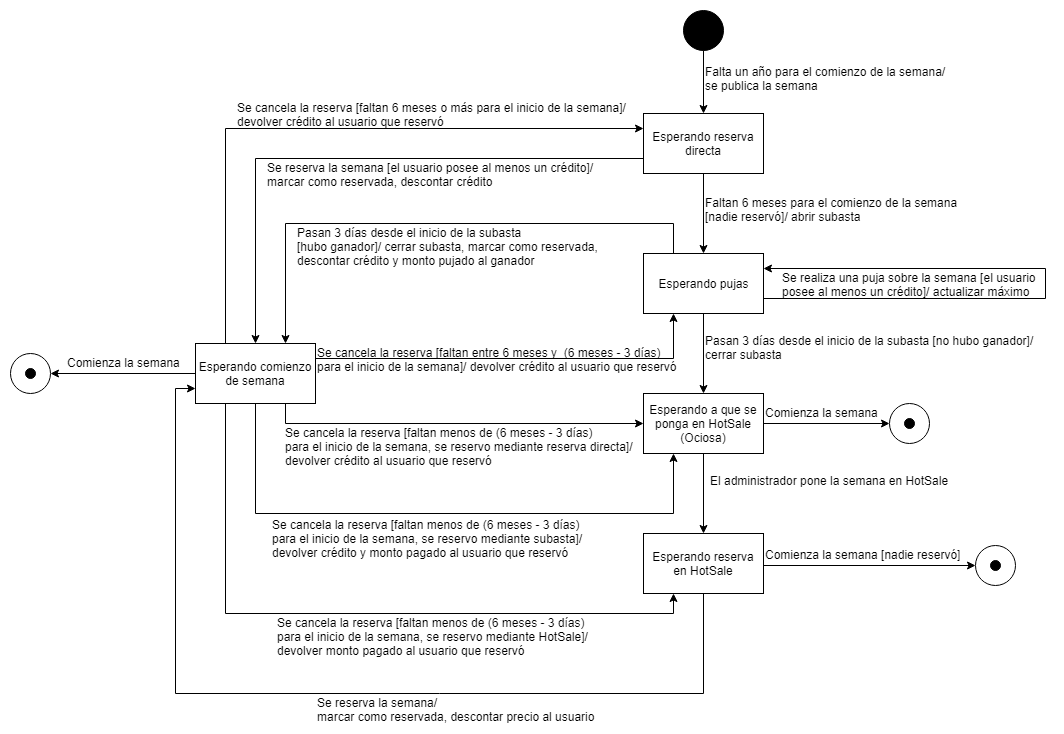
This is entrega 4/DTE-Semanas.png from julianalmandos/homeswitchhome, a draw.io export, as it was before one commit. Source tidied: cells renumbered, new cells last; positions are measured from the earlier drawing's top-left corner, leaving out a move shared by most shapes.
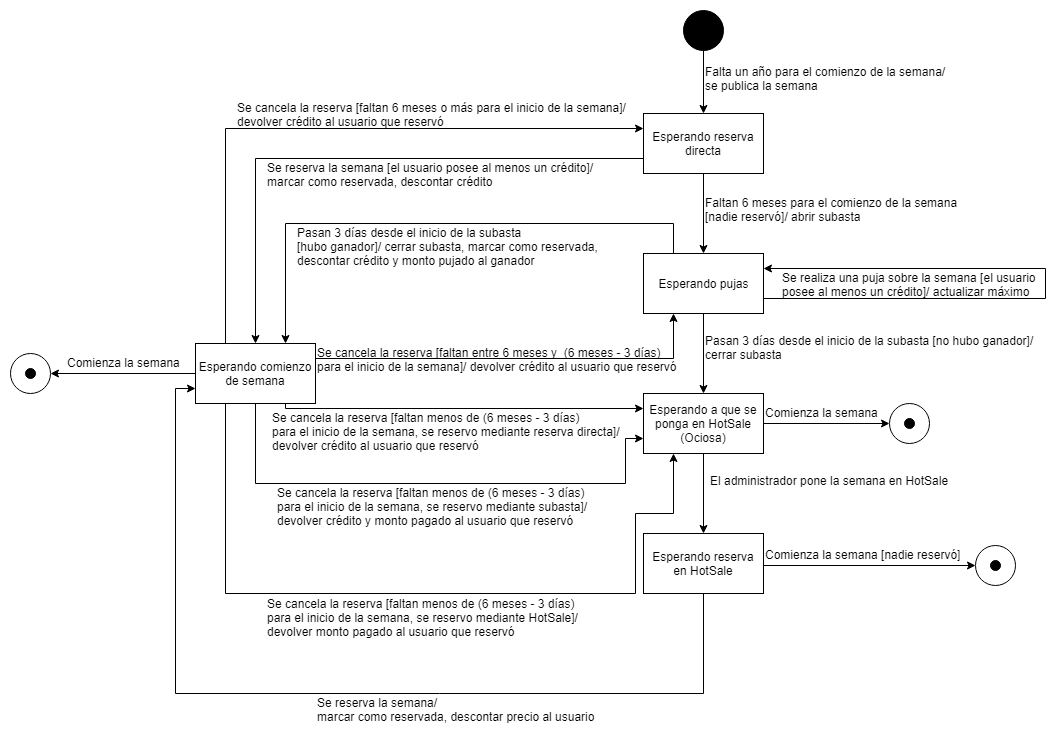
The same file after the commit.

Commit message:
correccion dte 2

What changed in the source:
```diff
@@ -110,22 +110,29 @@
     <mxCell id="32" style="edgeStyle=orthogonalEdgeStyle;rounded=0;jettySize=auto;html=1;exitX=1;exitY=0.25;exitDx=0;exitDy=0;entryX=0.25;entryY=1;entryDx=0;entryDy=0;" parent="1" edge="1" source="36" target="9">
       <mxGeometry relative="1" as="geometry" />
     </mxCell>
-    <mxCell id="33" style="edgeStyle=orthogonalEdgeStyle;rounded=0;jettySize=auto;html=1;exitX=0.75;exitY=1;exitDx=0;exitDy=0;" parent="1" edge="1" source="36" target="11">
-      <mxGeometry relative="1" as="geometry" />
+    <mxCell id="33" style="edgeStyle=orthogonalEdgeStyle;rounded=0;jettySize=auto;html=1;exitX=0.75;exitY=1;exitDx=0;exitDy=0;entryX=0;entryY=0.25;entryDx=0;entryDy=0;" parent="1" edge="1" source="36" target="11">
+      <mxGeometry relative="1" as="geometry">
+        <Array as="points">
+          <mxPoint x="275" y="398" />
+        </Array>
+      </mxGeometry>
     </mxCell>
-    <mxCell id="34" style="edgeStyle=orthogonalEdgeStyle;rounded=0;jettySize=auto;html=1;exitX=0.5;exitY=1;exitDx=0;exitDy=0;entryX=0.25;entryY=1;entryDx=0;entryDy=0;" parent="1" edge="1" source="36" target="11">
+    <mxCell id="34" style="edgeStyle=orthogonalEdgeStyle;rounded=0;jettySize=auto;html=1;exitX=0.5;exitY=1;exitDx=0;exitDy=0;entryX=0;entryY=0.75;entryDx=0;entryDy=0;" parent="1" edge="1" source="36" target="11">
       <mxGeometry relative="1" as="geometry">
         <Array as="points">
-          <mxPoint x="245" y="503" />
-          <mxPoint x="663" y="503" />
+          <mxPoint x="245" y="473" />
+          <mxPoint x="615" y="473" />
+          <mxPoint x="615" y="428" />
         </Array>
       </mxGeometry>
     </mxCell>
-    <mxCell id="35" style="edgeStyle=orthogonalEdgeStyle;rounded=0;jettySize=auto;html=1;exitX=0.25;exitY=1;exitDx=0;exitDy=0;entryX=0.25;entryY=1;entryDx=0;entryDy=0;" parent="1" edge="1" source="36" target="13">
+    <mxCell id="35" style="edgeStyle=orthogonalEdgeStyle;rounded=0;jettySize=auto;html=1;exitX=0.25;exitY=1;exitDx=0;exitDy=0;entryX=0.25;entryY=1;entryDx=0;entryDy=0;" parent="1" edge="1" source="36" target="11">
       <mxGeometry relative="1" as="geometry">
         <Array as="points">
-          <mxPoint x="215" y="603" />
-          <mxPoint x="663" y="603" />
+          <mxPoint x="215" y="583" />
+          <mxPoint x="625" y="583" />
+          <mxPoint x="625" y="503" />
+          <mxPoint x="663" y="503" />
         </Array>
       </mxGeometry>
     </mxCell>
@@ -156,13 +163,13 @@
       <mxGeometry x="305" y="332.5" width="370" height="30" as="geometry" />
     </mxCell>
     <mxCell id="43" value="Se cancela la reserva [faltan menos de (6 meses - 3 días)&lt;br&gt;para el inicio de la semana, se reservo mediante reserva directa]/&lt;br&gt;devolver crédito al usuario que reservó&lt;br&gt;" style="text;html=1;align=left;verticalAlign=top;spacingTop=-4;" parent="1" vertex="1">
-      <mxGeometry x="273" y="413" width="360" height="40" as="geometry" />
+      <mxGeometry x="260" y="398" width="360" height="40" as="geometry" />
     </mxCell>
     <mxCell id="44" value="Se cancela la reserva [faltan menos de (6 meses - 3 días)&lt;br&gt;para el inicio de la semana, se reservo mediante subasta]/&lt;br&gt;devolver crédito y monto pagado al usuario que reservó" style="text;html=1;align=left;verticalAlign=top;spacingTop=-4;" parent="1" vertex="1">
-      <mxGeometry x="260" y="505" width="330" height="40" as="geometry" />
+      <mxGeometry x="265" y="473" width="330" height="40" as="geometry" />
     </mxCell>
     <mxCell id="45" value="Se cancela la reserva [faltan menos de (6 meses - 3 días)&lt;br&gt;para el inicio de la semana, se reservo mediante HotSale]/&lt;br&gt;devolver monto pagado al usuario que reservó" style="text;html=1;align=left;verticalAlign=top;spacingTop=-4;" parent="1" vertex="1">
-      <mxGeometry x="265" y="603" width="330" height="40" as="geometry" />
+      <mxGeometry x="255" y="584" width="330" height="40" as="geometry" />
     </mxCell>
   </root>
 </mxGraphModel>
```
